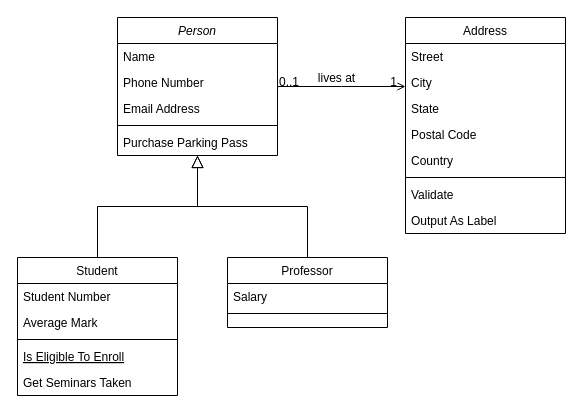
KayllaneGPina/formacao-java-developer keeps this draw.io diagram as Desafio de Projeto/src/Iphone/Diagrama sem nome.drawio. Above is the earlier version. Source tidied: cells renumbered, new cells numbered last; positions are measured from the earlier drawing's top-left corner, leaving out a move shared by most shapes. Both pictures are drawn from the tidied source at 100%, with x=0, y=0 at pixel (17, 17).
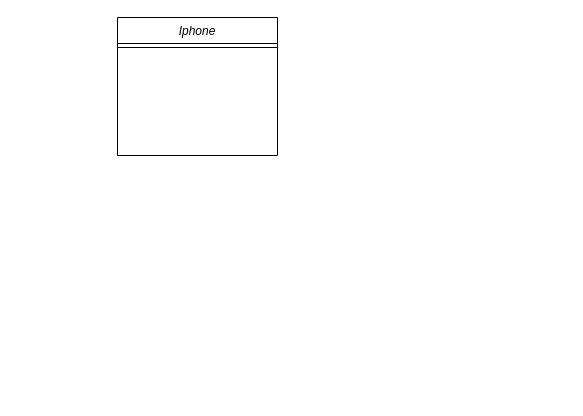
After the change.

What changed in the source:
```diff
@@
-    <mxCell id="2" value="Person" style="swimlane;fontStyle=2;align=center;verticalAlign=top;horizontal=1;startSize=26;rounded=0;shadow=0;strokeWidth=1;" parent="1" vertex="1">
+    <mxCell id="2" value="Iphone" style="swimlane;fontStyle=2;align=center;verticalAlign=top;horizontal=1;startSize=26;rounded=0;shadow=0;strokeWidth=1;" parent="1" vertex="1">
       <mxGeometry x="100" width="160" height="138" as="geometry" />
     </mxCell>
-    <mxCell id="3" value="Name" style="text;align=left;verticalAlign=top;spacingLeft=4;spacingRight=4;overflow=hidden;" parent="2" vertex="1">
-      <mxGeometry y="26" width="160" height="26" as="geometry" />
-    </mxCell>
-    <mxCell id="4" value="Phone Number" style="text;align=left;verticalAlign=top;spacingLeft=4;spacingRight=4;overflow=hidden;rounded=0;shadow=0;html=0;" parent="2" vertex="1">
-      <mxGeometry y="52" width="160" height="26" as="geometry" />
-    </mxCell>
-    <mxCell id="5" value="Email Address" style="text;align=left;verticalAlign=top;spacingLeft=4;spacingRight=4;overflow=hidden;rounded=0;shadow=0;html=0;" parent="2" vertex="1">
-      <mxGeometry y="78" width="160" height="26" as="geometry" />
-    </mxCell>
     <mxCell id="6" style="line;html=1;strokeWidth=1;align=left;verticalAlign=middle;spacingTop=-1;spacingLeft=3;spacingRight=3;labelPosition=right;" parent="2" vertex="1">
-      <mxGeometry y="104" width="160" height="8" as="geometry" />
+      <mxGeometry y="26" width="160" height="8" as="geometry" />
     </mxCell>
-    <mxCell id="7" value="Purchase Parking Pass" style="text;align=left;verticalAlign=top;spacingLeft=4;spacingRight=4;overflow=hidden;" parent="2" vertex="1">
-      <mxGeometry y="112" width="160" height="26" as="geometry" />
-    </mxCell>
-    <mxCell id="8" value="Student" style="swimlane;fontStyle=0;align=center;verticalAlign=top;horizontal=1;startSize=26;rounded=0;shadow=0;strokeWidth=1;" parent="1" vertex="1">
-      <mxGeometry y="240" width="160" height="138" as="geometry" />
-    </mxCell>
-    <mxCell id="9" value="Student Number" style="text;align=left;verticalAlign=top;spacingLeft=4;spacingRight=4;overflow=hidden;" parent="8" vertex="1">
-      <mxGeometry y="26" width="160" height="26" as="geometry" />
-    </mxCell>
-    <mxCell id="10" value="Average Mark" style="text;align=left;verticalAlign=top;spacingLeft=4;spacingRight=4;overflow=hidden;rounded=0;shadow=0;html=0;" parent="8" vertex="1">
-      <mxGeometry y="52" width="160" height="26" as="geometry" />
-    </mxCell>
-    <mxCell id="11" style="line;html=1;strokeWidth=1;align=left;verticalAlign=middle;spacingTop=-1;spacingLeft=3;spacingRight=3;labelPosition=right;" parent="8" vertex="1">
-      <mxGeometry y="78" width="160" height="8" as="geometry" />
-    </mxCell>
-    <mxCell id="12" value="Is Eligible To Enroll" style="text;align=left;verticalAlign=top;spacingLeft=4;spacingRight=4;overflow=hidden;fontStyle=4;" parent="8" vertex="1">
-      <mxGeometry y="86" width="160" height="26" as="geometry" />
-    </mxCell>
-    <mxCell id="13" value="Get Seminars Taken" style="text;align=left;verticalAlign=top;spacingLeft=4;spacingRight=4;overflow=hidden;" parent="8" vertex="1">
-      <mxGeometry y="112" width="160" height="26" as="geometry" />
-    </mxCell>
-    <mxCell id="14" style="endArrow=block;endSize=10;endFill=0;shadow=0;strokeWidth=1;rounded=0;edgeStyle=elbowEdgeStyle;elbow=vertical;" parent="1" edge="1" source="8" target="2">
-      <mxGeometry relative="1" as="geometry" />
-    </mxCell>
-    <mxCell id="15" value="Professor" style="swimlane;fontStyle=0;align=center;verticalAlign=top;horizontal=1;startSize=26;rounded=0;shadow=0;strokeWidth=1;" parent="1" vertex="1">
-      <mxGeometry x="210" y="240" width="160" height="70" as="geometry" />
-    </mxCell>
-    <mxCell id="16" value="Salary" style="text;align=left;verticalAlign=top;spacingLeft=4;spacingRight=4;overflow=hidden;" parent="15" vertex="1">
-      <mxGeometry y="26" width="160" height="26" as="geometry" />
-    </mxCell>
-    <mxCell id="17" style="line;html=1;strokeWidth=1;align=left;verticalAlign=middle;spacingTop=-1;spacingLeft=3;spacingRight=3;labelPosition=right;" parent="15" vertex="1">
-      <mxGeometry y="52" width="160" height="8" as="geometry" />
-    </mxCell>
-    <mxCell id="18" style="endArrow=block;endSize=10;endFill=0;shadow=0;strokeWidth=1;rounded=0;edgeStyle=elbowEdgeStyle;elbow=vertical;" parent="1" edge="1" source="15" target="2">
-      <mxGeometry relative="1" as="geometry" />
-    </mxCell>
-    <mxCell id="19" value="Address" style="swimlane;fontStyle=0;align=center;verticalAlign=top;horizontal=1;startSize=26;rounded=0;shadow=0;strokeWidth=1;" parent="1" vertex="1">
-      <mxGeometry x="388" width="160" height="216" as="geometry" />
-    </mxCell>
-    <mxCell id="20" value="Street" style="text;align=left;verticalAlign=top;spacingLeft=4;spacingRight=4;overflow=hidden;" parent="19" vertex="1">
-      <mxGeometry y="26" width="160" height="26" as="geometry" />
-    </mxCell>
-    <mxCell id="21" value="City" style="text;align=left;verticalAlign=top;spacingLeft=4;spacingRight=4;overflow=hidden;rounded=0;shadow=0;html=0;" parent="19" vertex="1">
-      <mxGeometry y="52" width="160" height="26" as="geometry" />
-    </mxCell>
-    <mxCell id="22" value="State" style="text;align=left;verticalAlign=top;spacingLeft=4;spacingRight=4;overflow=hidden;rounded=0;shadow=0;html=0;" parent="19" vertex="1">
-      <mxGeometry y="78" width="160" height="26" as="geometry" />
-    </mxCell>
-    <mxCell id="23" value="Postal Code" style="text;align=left;verticalAlign=top;spacingLeft=4;spacingRight=4;overflow=hidden;rounded=0;shadow=0;html=0;" parent="19" vertex="1">
-      <mxGeometry y="104" width="160" height="26" as="geometry" />
-    </mxCell>
-    <mxCell id="24" value="Country" style="text;align=left;verticalAlign=top;spacingLeft=4;spacingRight=4;overflow=hidden;rounded=0;shadow=0;html=0;" parent="19" vertex="1">
-      <mxGeometry y="130" width="160" height="26" as="geometry" />
-    </mxCell>
-    <mxCell id="25" style="line;html=1;strokeWidth=1;align=left;verticalAlign=middle;spacingTop=-1;spacingLeft=3;spacingRight=3;labelPosition=right;" parent="19" vertex="1">
-      <mxGeometry y="156" width="160" height="8" as="geometry" />
-    </mxCell>
-    <mxCell id="26" value="Validate" style="text;align=left;verticalAlign=top;spacingLeft=4;spacingRight=4;overflow=hidden;" parent="19" vertex="1">
-      <mxGeometry y="164" width="160" height="26" as="geometry" />
-    </mxCell>
-    <mxCell id="27" value="Output As Label" style="text;align=left;verticalAlign=top;spacingLeft=4;spacingRight=4;overflow=hidden;" parent="19" vertex="1">
-      <mxGeometry y="190" width="160" height="26" as="geometry" />
-    </mxCell>
-    <mxCell id="28" style="endArrow=open;shadow=0;strokeWidth=1;rounded=0;endFill=1;edgeStyle=elbowEdgeStyle;elbow=vertical;" parent="1" edge="1" source="2" target="19">
-      <mxGeometry x="0.5" y="41" relative="1" as="geometry">
-        <mxPoint x="-40" y="32" as="offset" />
-      </mxGeometry>
-    </mxCell>
-    <mxCell id="29" value="0..1" style="align=left;verticalAlign=bottom;labelBackgroundColor=none;fontSize=12;" parent="28" vertex="1">
-      <mxGeometry x="-1" relative="1" as="geometry">
-        <mxPoint y="4" as="offset" />
-      </mxGeometry>
-    </mxCell>
-    <mxCell id="30" value="1" style="align=right;verticalAlign=bottom;labelBackgroundColor=none;fontSize=12;" parent="28" vertex="1">
-      <mxGeometry x="1" relative="1" as="geometry">
-        <mxPoint x="-7" y="4" as="offset" />
-      </mxGeometry>
-    </mxCell>
-    <mxCell id="31" value="lives at" style="text;html=1;align=center;verticalAlign=middle;labelBackgroundColor=none;rounded=0;shadow=0;strokeWidth=1;fontSize=12;" parent="28" vertex="1">
-      <mxGeometry x="0.5" y="49" relative="1" as="geometry">
-        <mxPoint x="-38" y="40" as="offset" />
-      </mxGeometry>
-    </mxCell>
```
